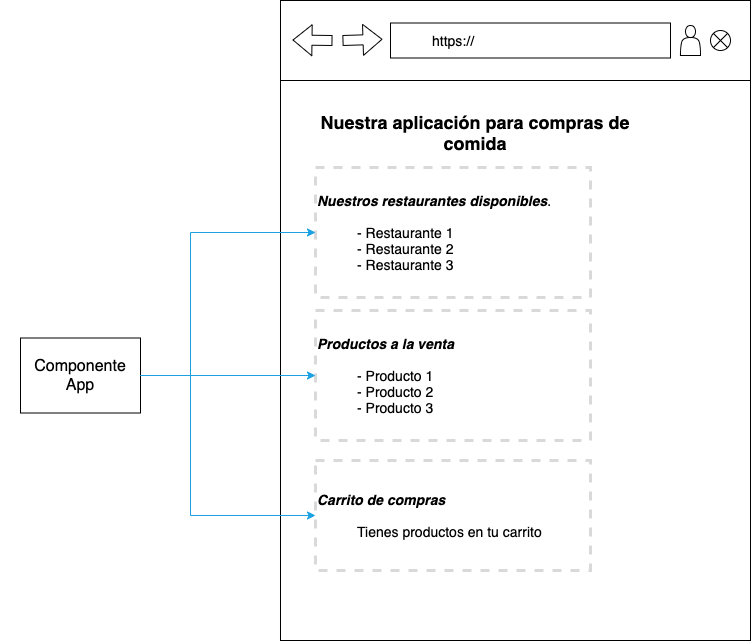
This is img/img_5.png from corteshvictor/microfrontend, a draw.io export, as it was before one commit. Source tidied: cells renumbered, new cells last; positions are measured from the earlier drawing's top-left corner, leaving out a move shared by most shapes. Its diagram source:
```xml
<mxGraphModel>
  <root>
    <mxCell id="0" />
    <mxCell id="1" parent="0" />
    <mxCell id="2" style="rounded=0;whiteSpace=wrap;html=1;" parent="1" vertex="1">
      <mxGeometry x="280" width="470" height="640" as="geometry" />
    </mxCell>
    <mxCell id="3" style="rounded=0;whiteSpace=wrap;html=1;" parent="1" vertex="1">
      <mxGeometry x="280" width="470" height="80" as="geometry" />
    </mxCell>
    <mxCell id="4" value="&lt;blockquote style=&quot;margin: 0px 0px 0px 40px; border: none; padding: 0px; font-size: 14px;&quot;&gt;https://&lt;/blockquote&gt;" style="rounded=0;whiteSpace=wrap;html=1;align=left;fontSize=14;" parent="1" vertex="1">
      <mxGeometry x="390" y="22.5" width="280" height="35" as="geometry" />
    </mxCell>
    <mxCell id="5" style="shape=flexArrow;endArrow=classic;html=1;" parent="1" edge="1">
      <mxGeometry relative="1" as="geometry">
        <mxPoint x="332" y="40" as="sourcePoint" />
        <mxPoint x="292" y="39.5" as="targetPoint" />
      </mxGeometry>
    </mxCell>
    <mxCell id="6" style="shape=flexArrow;endArrow=classic;html=1;entryX=0;entryY=0.75;entryDx=0;entryDy=0;" parent="1" edge="1">
      <mxGeometry relative="1" as="geometry">
        <mxPoint x="342" y="40" as="sourcePoint" />
        <mxPoint x="382" y="38.8" as="targetPoint" />
      </mxGeometry>
    </mxCell>
    <mxCell id="7" style="shape=sumEllipse;perimeter=ellipsePerimeter;whiteSpace=wrap;html=1;backgroundOutline=1;" parent="1" vertex="1">
      <mxGeometry x="710" y="30" width="20" height="20" as="geometry" />
    </mxCell>
    <mxCell id="8" style="shape=actor;whiteSpace=wrap;html=1;" parent="1" vertex="1">
      <mxGeometry x="680" y="25" width="20" height="30" as="geometry" />
    </mxCell>
    <mxCell id="9" value="Nuestra aplicación para compras de comida" style="text;html=1;strokeColor=none;fillColor=none;align=center;verticalAlign=middle;whiteSpace=wrap;rounded=0;fontStyle=1;fontSize=18;" parent="1" vertex="1">
      <mxGeometry x="315" y="97" width="320" height="70" as="geometry" />
    </mxCell>
    <mxCell id="10" value="&lt;div style=&quot;&quot;&gt;&lt;b&gt;&lt;i&gt;Nuestros restaurantes disponibles&lt;/i&gt;&lt;/b&gt;&lt;span&gt;.&lt;/span&gt;&lt;/div&gt;&lt;br&gt;&lt;blockquote style=&quot;margin: 0 0 0 40px ; border: none ; padding: 0px&quot;&gt;- Restaurante 1&lt;/blockquote&gt;&lt;blockquote style=&quot;margin: 0 0 0 40px ; border: none ; padding: 0px&quot;&gt;- Restaurante 2&lt;/blockquote&gt;&lt;blockquote style=&quot;margin: 0 0 0 40px ; border: none ; padding: 0px&quot;&gt;- Restaurante 3&lt;/blockquote&gt;" style="text;html=1;fillColor=none;align=left;verticalAlign=middle;whiteSpace=wrap;rounded=0;fontStyle=0;fontSize=14;dashed=1;strokeWidth=3;strokeColor=#D9D9D9;" parent="1" vertex="1">
      <mxGeometry x="315" y="167" width="275" height="130" as="geometry" />
    </mxCell>
    <mxCell id="11" value="&lt;b&gt;&lt;i&gt;Productos a la venta&lt;/i&gt;&lt;/b&gt;&lt;br&gt;&lt;br&gt;&lt;blockquote style=&quot;margin: 0 0 0 40px ; border: none ; padding: 0px&quot;&gt;- Producto 1&lt;/blockquote&gt;&lt;blockquote style=&quot;margin: 0 0 0 40px ; border: none ; padding: 0px&quot;&gt;- Producto 2&lt;/blockquote&gt;&lt;blockquote style=&quot;margin: 0 0 0 40px ; border: none ; padding: 0px&quot;&gt;- Producto 3&lt;/blockquote&gt;" style="text;html=1;fillColor=none;align=left;verticalAlign=middle;whiteSpace=wrap;rounded=0;fontStyle=0;fontSize=14;dashed=1;strokeWidth=3;strokeColor=#D9D9D9;" parent="1" vertex="1">
      <mxGeometry x="315" y="310" width="275" height="130" as="geometry" />
    </mxCell>
    <mxCell id="12" value="&lt;b&gt;&lt;i&gt;Carrito de compras&lt;/i&gt;&lt;/b&gt;&lt;br&gt;&lt;br&gt;&lt;blockquote style=&quot;margin: 0 0 0 40px ; border: none ; padding: 0px&quot;&gt;Tienes productos en tu carrito&lt;/blockquote&gt;" style="text;html=1;fillColor=none;align=left;verticalAlign=middle;whiteSpace=wrap;rounded=0;fontStyle=0;fontSize=14;dashed=1;strokeWidth=3;strokeColor=#D9D9D9;" parent="1" vertex="1">
      <mxGeometry x="315" y="460" width="275" height="110" as="geometry" />
    </mxCell>
    <mxCell id="13" value="Componente App" style="whiteSpace=wrap;html=1;fontSize=16;" parent="1" vertex="1">
      <mxGeometry x="20" y="337.5" width="120" height="75" as="geometry" />
    </mxCell>
    <mxCell id="14" style="edgeStyle=elbowEdgeStyle;elbow=horizontal;html=1;rounded=0;entryX=0;entryY=0.5;entryDx=0;entryDy=0;strokeColor=#1BA1E2;" parent="1" edge="1" source="13" target="12">
      <mxGeometry relative="1" as="geometry">
        <Array as="points">
          <mxPoint x="190" y="450" />
        </Array>
      </mxGeometry>
    </mxCell>
    <mxCell id="15" style="endArrow=classic;html=1;fontSize=14;exitX=1;exitY=0.5;exitDx=0;exitDy=0;entryX=0;entryY=0.5;entryDx=0;entryDy=0;strokeColor=#1BA1E2;" parent="1" edge="1" source="13" target="11">
      <mxGeometry relative="1" as="geometry" />
    </mxCell>
    <mxCell id="16" value="Componente&lt;br style=&quot;font-size: 13px;&quot;&gt;Restaurantes" style="text;html=1;strokeColor=none;fillColor=none;align=center;verticalAlign=middle;whiteSpace=wrap;rounded=0;dashed=1;fontSize=13;fontColor=#FFFFFF;" parent="1" vertex="1">
      <mxGeometry x="181" y="180" width="110" height="50" as="geometry" />
    </mxCell>
    <mxCell id="17" style="edgeStyle=elbowEdgeStyle;elbow=horizontal;html=1;rounded=0;entryX=0;entryY=0.5;entryDx=0;entryDy=0;strokeColor=#1BA1E2;" parent="1" edge="1" source="13" target="10">
      <mxGeometry relative="1" as="geometry">
        <Array as="points">
          <mxPoint x="190" y="300" />
        </Array>
      </mxGeometry>
    </mxCell>
    <mxCell id="18" value="Componente&lt;br style=&quot;font-size: 13px;&quot;&gt;Productos" style="text;html=1;strokeColor=none;fillColor=none;align=center;verticalAlign=middle;whiteSpace=wrap;rounded=0;dashed=1;fontSize=13;fontColor=#FFFFFF;" parent="1" vertex="1">
      <mxGeometry x="179" y="320" width="110" height="50" as="geometry" />
    </mxCell>
    <mxCell id="19" value="Componente&lt;br style=&quot;font-size: 13px;&quot;&gt;Carrito" style="text;html=1;strokeColor=none;fillColor=none;align=center;verticalAlign=middle;whiteSpace=wrap;rounded=0;dashed=1;fontSize=13;fontColor=#FFFFFF;" parent="1" vertex="1">
      <mxGeometry x="181" y="461" width="110" height="50" as="geometry" />
    </mxCell>
    <mxCell id="20" value="Single Page Application" style="text;html=1;strokeColor=none;fillColor=none;align=center;verticalAlign=middle;whiteSpace=wrap;rounded=0;dashed=1;fontSize=12;fontColor=#FFFFFF;" parent="1" vertex="1">
      <mxGeometry y="412.5" width="160" height="30" as="geometry" />
    </mxCell>
  </root>
</mxGraphModel>
```
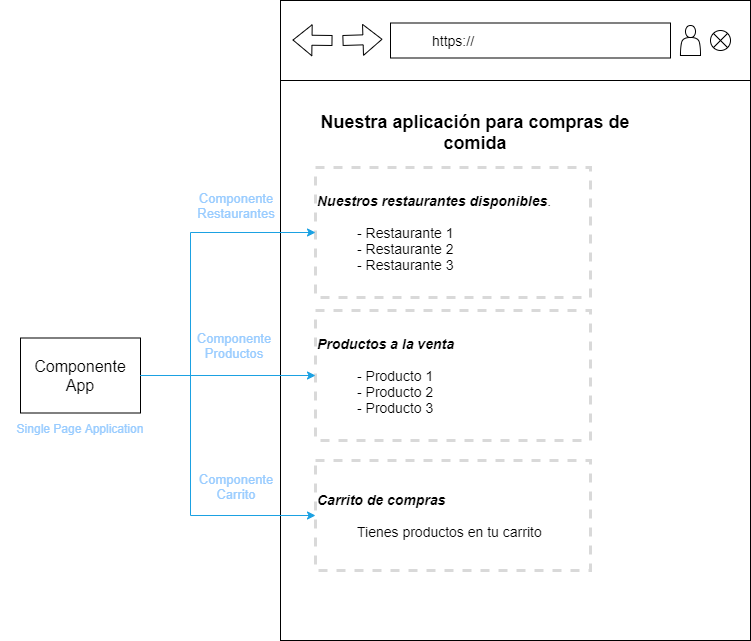
After the commit.

What changed in the source:
```diff
@@ -54,7 +54,7 @@
     <mxCell id="15" style="endArrow=classic;html=1;fontSize=14;exitX=1;exitY=0.5;exitDx=0;exitDy=0;entryX=0;entryY=0.5;entryDx=0;entryDy=0;strokeColor=#1BA1E2;" parent="1" edge="1" source="13" target="11">
       <mxGeometry relative="1" as="geometry" />
     </mxCell>
-    <mxCell id="16" value="Componente&lt;br style=&quot;font-size: 13px;&quot;&gt;Restaurantes" style="text;html=1;strokeColor=none;fillColor=none;align=center;verticalAlign=middle;whiteSpace=wrap;rounded=0;dashed=1;fontSize=13;fontColor=#FFFFFF;" parent="1" vertex="1">
+    <mxCell id="16" value="Componente&lt;br style=&quot;font-size: 13px;&quot;&gt;Restaurantes" style="text;html=1;strokeColor=none;align=center;verticalAlign=middle;whiteSpace=wrap;rounded=0;dashed=1;fontSize=13;fontColor=#99CCFF;" parent="1" vertex="1">
       <mxGeometry x="181" y="180" width="110" height="50" as="geometry" />
     </mxCell>
     <mxCell id="17" style="edgeStyle=elbowEdgeStyle;elbow=horizontal;html=1;rounded=0;entryX=0;entryY=0.5;entryDx=0;entryDy=0;strokeColor=#1BA1E2;" parent="1" edge="1" source="13" target="10">
@@ -64,13 +64,13 @@
         </Array>
       </mxGeometry>
     </mxCell>
-    <mxCell id="18" value="Componente&lt;br style=&quot;font-size: 13px;&quot;&gt;Productos" style="text;html=1;strokeColor=none;fillColor=none;align=center;verticalAlign=middle;whiteSpace=wrap;rounded=0;dashed=1;fontSize=13;fontColor=#FFFFFF;" parent="1" vertex="1">
+    <mxCell id="18" value="Componente&lt;br style=&quot;font-size: 13px;&quot;&gt;Productos" style="text;html=1;strokeColor=none;align=center;verticalAlign=middle;whiteSpace=wrap;rounded=0;dashed=1;fontSize=13;fontColor=#99CCFF;" parent="1" vertex="1">
       <mxGeometry x="179" y="320" width="110" height="50" as="geometry" />
     </mxCell>
-    <mxCell id="19" value="Componente&lt;br style=&quot;font-size: 13px;&quot;&gt;Carrito" style="text;html=1;strokeColor=none;fillColor=none;align=center;verticalAlign=middle;whiteSpace=wrap;rounded=0;dashed=1;fontSize=13;fontColor=#FFFFFF;" parent="1" vertex="1">
+    <mxCell id="19" value="Componente&lt;br style=&quot;font-size: 13px;&quot;&gt;Carrito" style="text;html=1;strokeColor=none;fillColor=none;align=center;verticalAlign=middle;whiteSpace=wrap;rounded=0;dashed=1;fontSize=13;fontColor=#99CCFF;" parent="1" vertex="1">
       <mxGeometry x="181" y="461" width="110" height="50" as="geometry" />
     </mxCell>
-    <mxCell id="20" value="Single Page Application" style="text;html=1;strokeColor=none;fillColor=none;align=center;verticalAlign=middle;whiteSpace=wrap;rounded=0;dashed=1;fontSize=12;fontColor=#FFFFFF;" parent="1" vertex="1">
+    <mxCell id="20" value="Single Page Application" style="text;html=1;strokeColor=none;align=center;verticalAlign=middle;whiteSpace=wrap;rounded=0;dashed=1;fontSize=12;fontColor=#99CCFF;" parent="1" vertex="1">
       <mxGeometry y="412.5" width="160" height="30" as="geometry" />
     </mxCell>
   </root>
```
